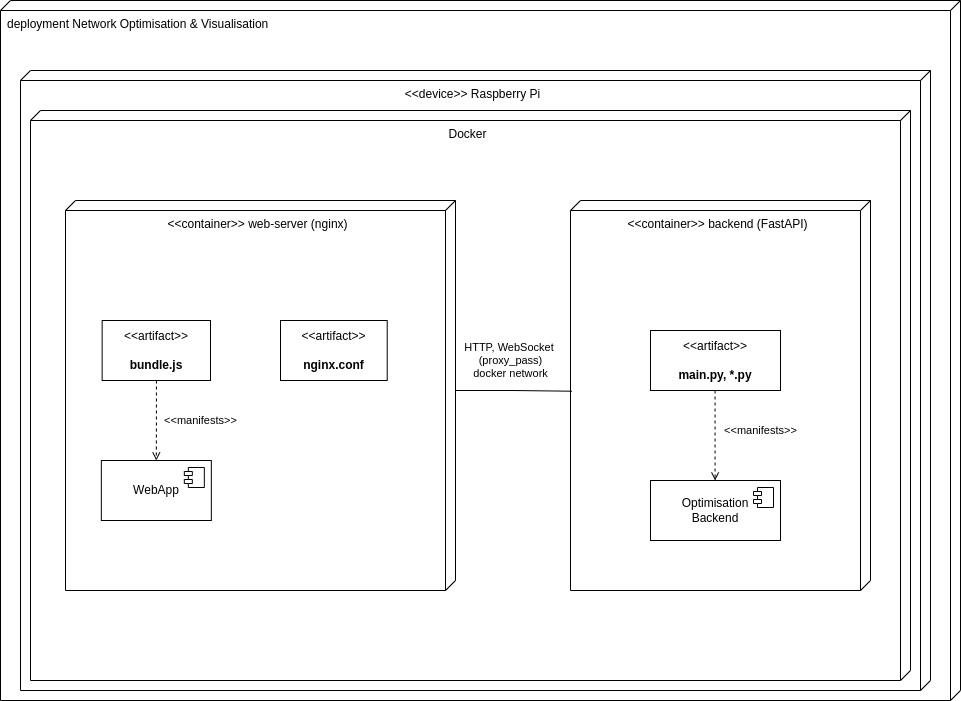
Above: docs/diagrams/physical-view.drawio.png in mGarbowski/pzsp2-projekt (draw.io), before the change. Source tidied: cells renumbered, new cells last; positions are measured from the earlier drawing's top-left corner, leaving out a move shared by most shapes.
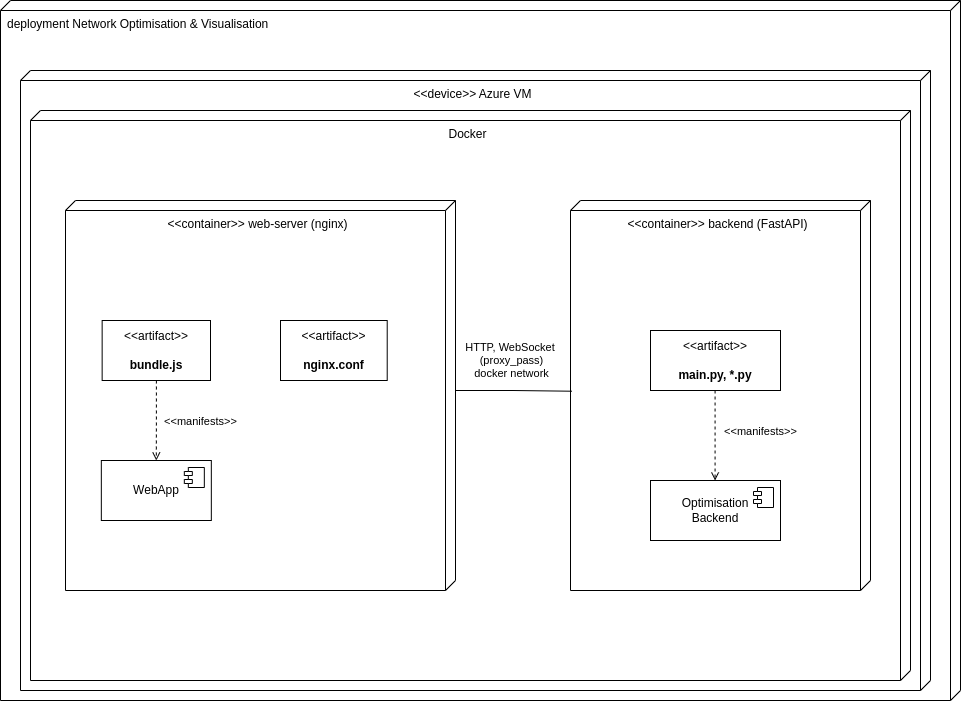
The same diagram one commit later.

Commit message:
update physical view diagram

What changed in the source:
```diff
@@ -5,7 +5,7 @@
     <mxCell id="2" value="deployment Network Optimisation &amp;amp; Visualisation" style="verticalAlign=top;align=left;shape=cube;size=10;direction=south;fontStyle=0;html=1;boundedLbl=1;spacingLeft=5;whiteSpace=wrap;" parent="1" vertex="1">
       <mxGeometry width="960" height="700" as="geometry" />
     </mxCell>
-    <mxCell id="3" value="&amp;lt;&amp;lt;device&amp;gt;&amp;gt; Raspberry Pi" style="verticalAlign=top;align=center;shape=cube;size=10;direction=south;html=1;boundedLbl=1;spacingLeft=5;whiteSpace=wrap;" parent="2" vertex="1">
+    <mxCell id="3" value="&amp;lt;&amp;lt;device&amp;gt;&amp;gt; Azure VM" style="verticalAlign=top;align=center;shape=cube;size=10;direction=south;html=1;boundedLbl=1;spacingLeft=5;whiteSpace=wrap;" parent="2" vertex="1">
       <mxGeometry width="910" height="620" relative="1" as="geometry">
         <mxPoint x="20" y="70" as="offset" />
       </mxGeometry>
```
